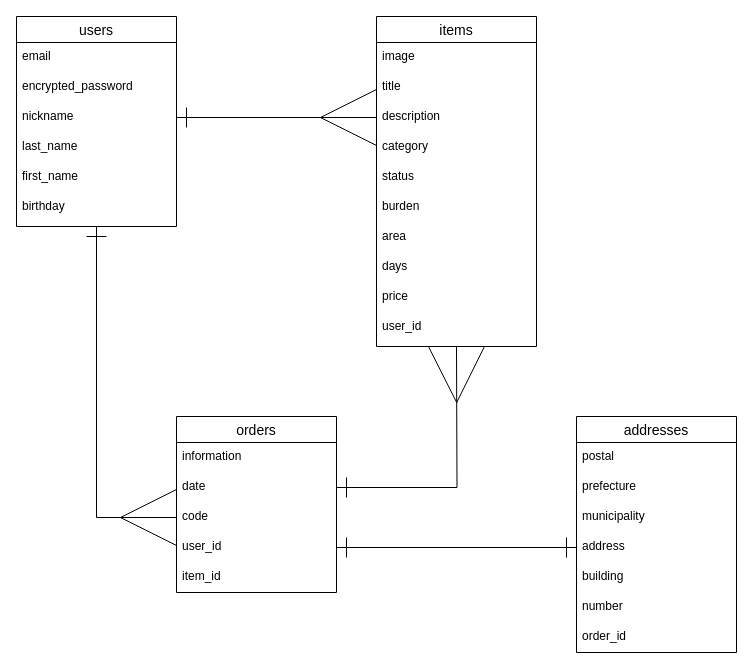
Before: furima.dio in CatGitter/furima-35807, a draw.io diagram. Source tidied: cells renumbered, new cells numbered last; positions are measured from the earlier drawing's top-left corner, leaving out a move shared by most shapes. Both pictures are drawn from the tidied source at 100%, with x=0, y=0 at pixel (16, 16).
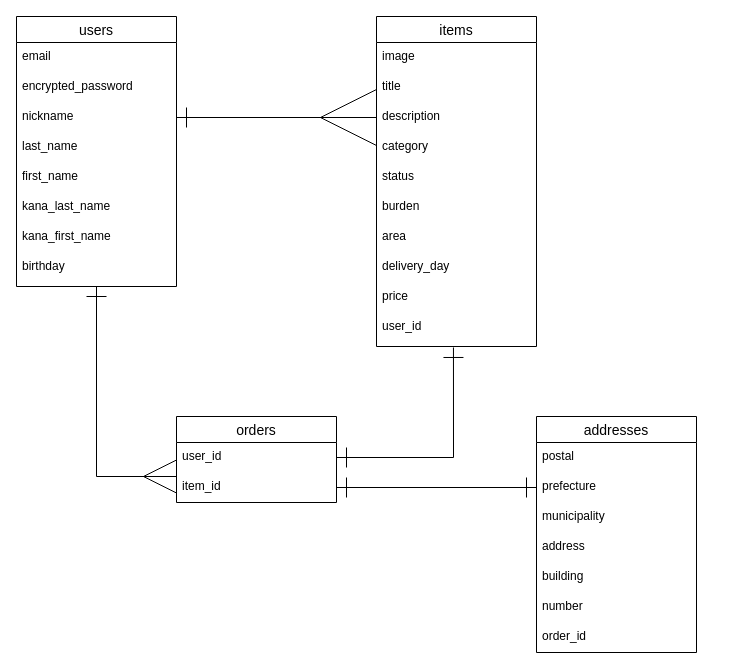
After the change.

Commit message (it also covers changes not shown here):
カラム名・アソシエーション修正

Unchanged cells that the change refers to:
```xml
<mxCell id="9" value="items" style="swimlane;fontStyle=0;horizontal=1;startSize=26;align=center;fontSize=14;" parent="1" vertex="1">
  <mxGeometry x="360" width="160" height="330" as="geometry" />
</mxCell>
<mxCell id="19" value="user_id" style="text;strokeColor=none;fillColor=none;spacingLeft=4;spacingRight=4;overflow=hidden;points=[[0,0.5],[1,0.5]];portConstraint=eastwest;fontSize=12;" parent="9" vertex="1">
  <mxGeometry y="296" width="160" height="34" as="geometry" />
</mxCell>
<mxCell id="28" value="prefecture" style="text;strokeColor=none;fillColor=none;spacingLeft=4;spacingRight=4;overflow=hidden;points=[[0,0.5],[1,0.5]];portConstraint=eastwest;fontSize=12;" parent="26" vertex="1">
  <mxGeometry y="56" width="160" height="30" as="geometry" />
</mxCell>
<mxCell id="30" value="address" style="text;strokeColor=none;fillColor=none;spacingLeft=4;spacingRight=4;overflow=hidden;points=[[0,0.5],[1,0.5]];portConstraint=eastwest;fontSize=12;" parent="26" vertex="1">
  <mxGeometry y="116" width="160" height="30" as="geometry" />
</mxCell>
```

What changed in the source:
```diff
@@
     <mxCell id="2" value="users" style="swimlane;fontStyle=0;horizontal=1;startSize=26;align=center;fontSize=14;" parent="1" vertex="1">
-      <mxGeometry width="160" height="210" as="geometry" />
+      <mxGeometry width="160" height="270" as="geometry" />
     </mxCell>
@@
+    <mxCell id="38" value="kana_last_name" style="text;strokeColor=none;fillColor=none;spacingLeft=4;spacingRight=4;overflow=hidden;fontSize=12;" parent="2" vertex="1">
+      <mxGeometry y="176" width="160" height="30" as="geometry" />
+    </mxCell>
+    <mxCell id="39" value="kana_first_name" style="text;strokeColor=none;fillColor=none;spacingLeft=4;spacingRight=4;overflow=hidden;fontSize=12;" parent="2" vertex="1">
+      <mxGeometry y="206" width="160" height="30" as="geometry" />
+    </mxCell>
     <mxCell id="8" value="birthday" style="text;strokeColor=none;fillColor=none;spacingLeft=4;spacingRight=4;overflow=hidden;fontSize=12;" parent="2" vertex="1">
-      <mxGeometry y="176" width="160" height="34" as="geometry" />
+      <mxGeometry y="236" width="160" height="34" as="geometry" />
     </mxCell>
@@
-    <mxCell id="17" value="days" style="text;strokeColor=none;fillColor=none;spacingLeft=4;spacingRight=4;overflow=hidden;fontSize=12;" parent="9" vertex="1">
+    <mxCell id="17" value="delivery_day" style="text;strokeColor=none;fillColor=none;spacingLeft=4;spacingRight=4;overflow=hidden;fontSize=12;" parent="9" vertex="1">
       <mxGeometry y="236" width="160" height="30" as="geometry" />
     </mxCell>
@@
     <mxCell id="20" value="orders" style="swimlane;fontStyle=0;horizontal=1;startSize=26;align=center;fontSize=14;" parent="1" vertex="1">
-      <mxGeometry x="160" y="400" width="160" height="176" as="geometry" />
+      <mxGeometry x="160" y="400" width="160" height="86" as="geometry" />
     </mxCell>
-    <mxCell id="21" value="information" style="text;strokeColor=none;fillColor=none;spacingLeft=4;spacingRight=4;overflow=hidden;fontSize=12;" parent="20" vertex="1">
-      <mxGeometry y="26" width="160" height="30" as="geometry" />
-    </mxCell>
-    <mxCell id="22" value="date" style="text;strokeColor=none;fillColor=none;spacingLeft=4;spacingRight=4;overflow=hidden;points=[[0,0.5],[1,0.5]];portConstraint=eastwest;fontSize=12;" parent="20" vertex="1">
-      <mxGeometry y="56" width="160" height="30" as="geometry" />
-    </mxCell>
-    <mxCell id="23" value="code" style="text;strokeColor=none;fillColor=none;spacingLeft=4;spacingRight=4;overflow=hidden;points=[[0,0.5],[1,0.5]];portConstraint=eastwest;fontSize=12;" parent="20" vertex="1">
-      <mxGeometry y="86" width="160" height="30" as="geometry" />
-    </mxCell>
     <mxCell id="24" value="user_id" style="text;strokeColor=none;fillColor=none;spacingLeft=4;spacingRight=4;overflow=hidden;points=[[0,0.5],[1,0.5]];portConstraint=eastwest;fontSize=12;" parent="20" vertex="1">
-      <mxGeometry y="116" width="160" height="30" as="geometry" />
+      <mxGeometry y="26" width="160" height="30" as="geometry" />
     </mxCell>
     <mxCell id="25" value="item_id" style="text;strokeColor=none;fillColor=none;spacingLeft=4;spacingRight=4;overflow=hidden;points=[[0,0.5],[1,0.5]];portConstraint=eastwest;fontSize=12;" parent="20" vertex="1">
-      <mxGeometry y="146" width="160" height="30" as="geometry" />
+      <mxGeometry y="56" width="160" height="30" as="geometry" />
     </mxCell>
     <mxCell id="26" value="addresses" style="swimlane;fontStyle=0;horizontal=1;startSize=26;align=center;fontSize=14;" parent="1" vertex="1">
-      <mxGeometry x="560" y="400" width="160" height="236" as="geometry" />
+      <mxGeometry x="520" y="400" width="160" height="236" as="geometry" />
     </mxCell>
@@
-    <mxCell id="35" style="edgeStyle=orthogonalEdgeStyle;rounded=0;jumpSize=6;jettySize=auto;html=1;exitX=1;exitY=0.5;exitDx=0;exitDy=0;entryX=0;entryY=0.5;entryDx=0;entryDy=0;startArrow=ERone;startFill=0;endArrow=ERone;endFill=0;startSize=18;endSize=18;sourcePerimeterSpacing=0;targetPerimeterSpacing=0;strokeWidth=1;" parent="1" edge="1" source="24" target="30">
-      <mxGeometry relative="1" as="geometry" />
-    </mxCell>
-    <mxCell id="36" style="edgeStyle=orthogonalEdgeStyle;rounded=0;jumpSize=6;jettySize=auto;html=1;exitX=0;exitY=0.5;exitDx=0;exitDy=0;startArrow=ERmany;startFill=0;endArrow=ERone;endFill=0;startSize=54;endSize=18;sourcePerimeterSpacing=0;targetPerimeterSpacing=0;strokeWidth=1;" parent="1" edge="1" source="23">
+    <mxCell id="36" style="edgeStyle=orthogonalEdgeStyle;rounded=0;jumpSize=6;orthogonalLoop=1;jettySize=auto;html=1;startArrow=ERmany;startFill=0;endArrow=ERone;endFill=0;startSize=31;endSize=18;sourcePerimeterSpacing=0;targetPerimeterSpacing=0;strokeWidth=1;" parent="1" edge="1">
       <mxGeometry relative="1" as="geometry">
-        <mxPoint x="80" y="210" as="targetPoint" />
+        <mxPoint x="160" y="460" as="sourcePoint" />
+        <mxPoint x="80" y="270" as="targetPoint" />
         <Array as="points">
-          <mxPoint x="80" y="501" />
+          <mxPoint x="80" y="460" />
         </Array>
       </mxGeometry>
     </mxCell>
-    <mxCell id="37" style="edgeStyle=orthogonalEdgeStyle;rounded=0;jumpSize=6;jettySize=auto;html=1;exitX=1;exitY=0.5;exitDx=0;exitDy=0;startArrow=ERone;startFill=0;endArrow=ERmany;endFill=0;startSize=18;endSize=54;sourcePerimeterSpacing=0;targetPerimeterSpacing=0;strokeWidth=1;" parent="1" edge="1" source="22">
-      <mxGeometry relative="1" as="geometry">
-        <mxPoint x="440" y="330" as="targetPoint" />
-      </mxGeometry>
-    </mxCell>
+    <mxCell id="40" style="edgeStyle=orthogonalEdgeStyle;rounded=0;jettySize=auto;html=1;exitX=1;exitY=0.5;exitDx=0;exitDy=0;entryX=0.481;entryY=1.029;entryDx=0;entryDy=0;entryPerimeter=0;startArrow=ERone;startFill=0;endArrow=ERone;endFill=0;endSize=18;startSize=18;" parent="1" edge="1" source="24" target="19">
+      <mxGeometry relative="1" as="geometry" />
+    </mxCell>
+    <mxCell id="41" style="edgeStyle=orthogonalEdgeStyle;rounded=0;jettySize=auto;html=1;exitX=1;exitY=0.5;exitDx=0;exitDy=0;entryX=0;entryY=0.5;entryDx=0;entryDy=0;startArrow=ERone;startFill=0;endArrow=ERone;endFill=0;startSize=18;endSize=18;" parent="1" edge="1" source="25" target="28">
+      <mxGeometry relative="1" as="geometry" />
+    </mxCell>
```
